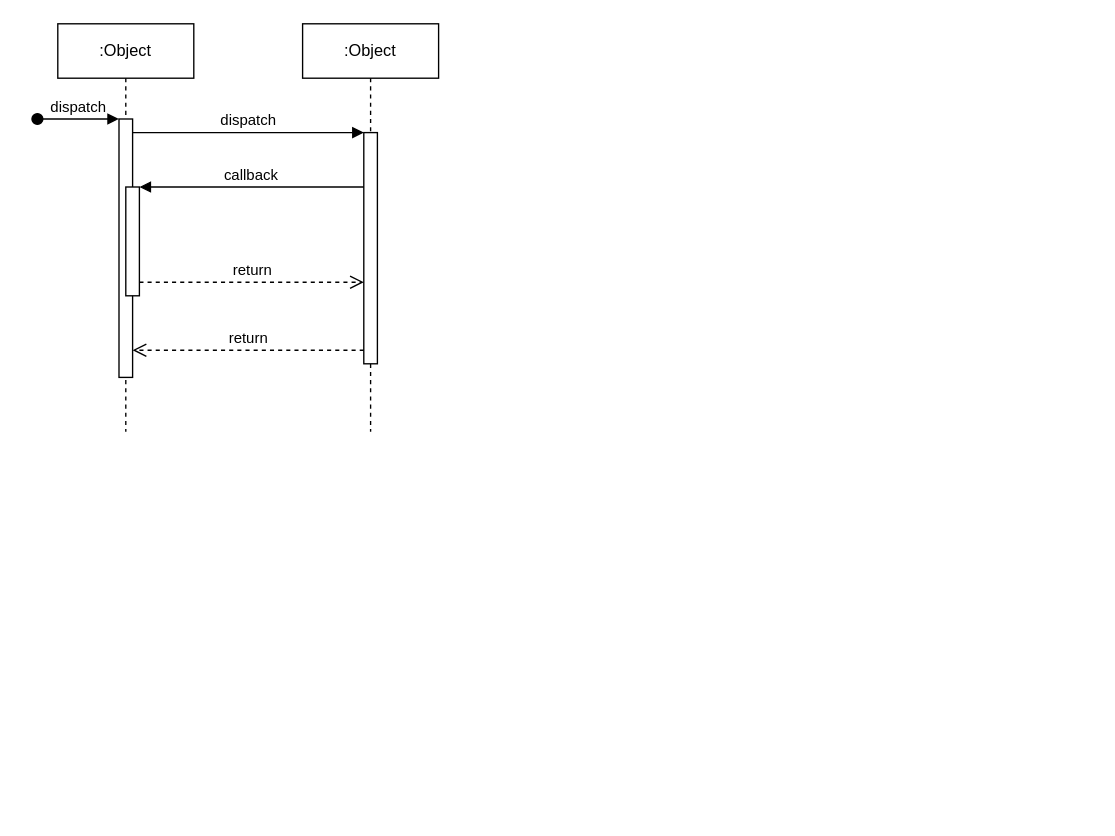
Before: jquick-isc-menu-flow.drawio in abedormancy/abedormancy.github.io, a draw.io diagram. Source tidied: cells renumbered, new cells numbered last; positions are measured from the earlier drawing's top-left corner, leaving out a move shared by most shapes. Both pictures are drawn from the tidied source at 136%, with x=0, y=0 at pixel (37, 23).
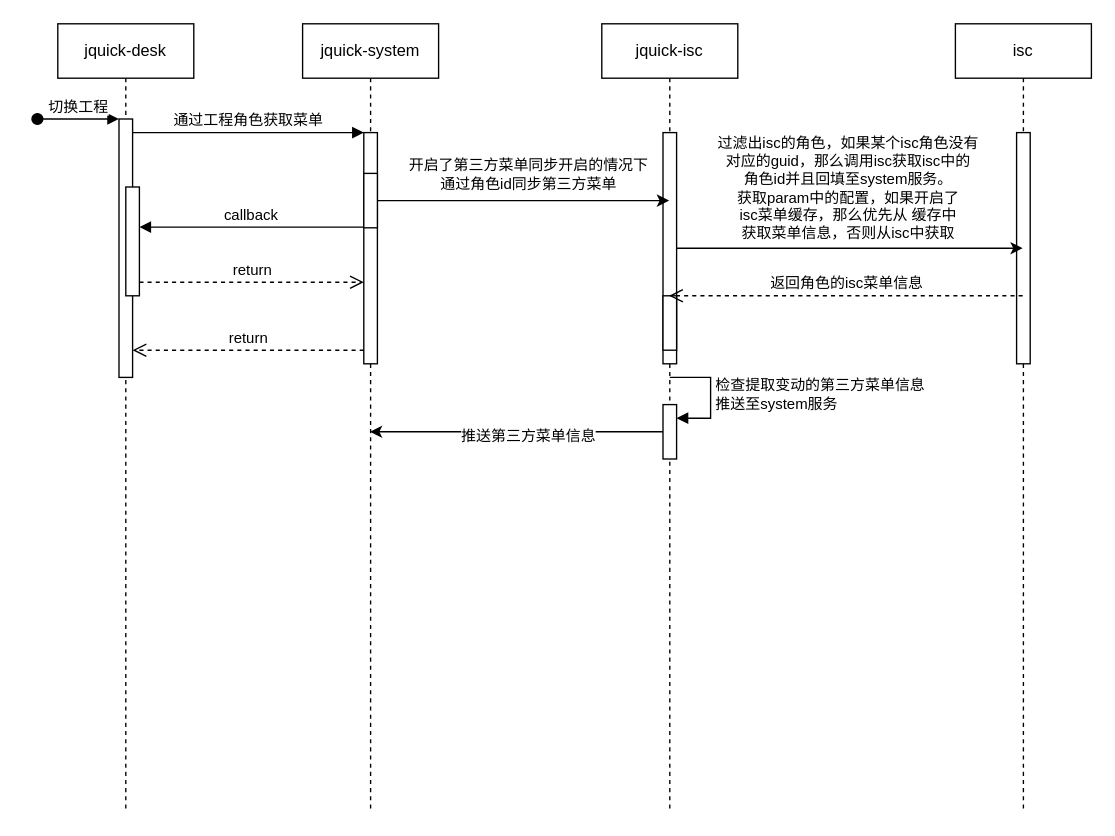
The same page after the edit.

Unchanged cells that the change refers to:
```xml
<mxCell id="3" style="html=1;points=[];perimeter=orthogonalPerimeter;outlineConnect=0;targetShapes=umlLifeline;portConstraint=eastwest;newEdgeStyle={&quot;edgeStyle&quot;:&quot;elbowEdgeStyle&quot;,&quot;elbow&quot;:&quot;vertical&quot;,&quot;curved&quot;:0,&quot;rounded&quot;:0};" parent="2" vertex="1">
  <mxGeometry x="45" y="70" width="10" height="190" as="geometry" />
</mxCell>
<mxCell id="5" style="html=1;points=[];perimeter=orthogonalPerimeter;outlineConnect=0;targetShapes=umlLifeline;portConstraint=eastwest;newEdgeStyle={&quot;edgeStyle&quot;:&quot;elbowEdgeStyle&quot;,&quot;elbow&quot;:&quot;vertical&quot;,&quot;curved&quot;:0,&quot;rounded&quot;:0};" parent="2" vertex="1">
  <mxGeometry x="50" y="120" width="10" height="80" as="geometry" />
</mxCell>
<mxCell id="7" style="html=1;points=[];perimeter=orthogonalPerimeter;outlineConnect=0;targetShapes=umlLifeline;portConstraint=eastwest;newEdgeStyle={&quot;edgeStyle&quot;:&quot;elbowEdgeStyle&quot;,&quot;elbow&quot;:&quot;vertical&quot;,&quot;curved&quot;:0,&quot;rounded&quot;:0};" parent="6" vertex="1">
  <mxGeometry x="45" y="80" width="10" height="170" as="geometry" />
</mxCell>
```

What changed in the source:
```diff
@@
-    <mxCell id="2" value=":Object" style="shape=umlLifeline;perimeter=lifelinePerimeter;whiteSpace=wrap;html=1;newEdgeStyle={&quot;edgeStyle&quot;:&quot;elbowEdgeStyle&quot;,&quot;elbow&quot;:&quot;vertical&quot;,&quot;curved&quot;:0,&quot;rounded&quot;:0};" parent="1" vertex="1">
-      <mxGeometry x="15" width="100" height="300" as="geometry" />
+    <mxCell id="2" value="jquick-desk" style="shape=umlLifeline;perimeter=lifelinePerimeter;whiteSpace=wrap;html=1;newEdgeStyle={&quot;edgeStyle&quot;:&quot;elbowEdgeStyle&quot;,&quot;elbow&quot;:&quot;vertical&quot;,&quot;curved&quot;:0,&quot;rounded&quot;:0};" parent="1" vertex="1">
+      <mxGeometry x="15" width="100" height="580" as="geometry" />
     </mxCell>
@@
-    <mxCell id="4" value="dispatch" style="html=1;verticalAlign=bottom;startArrow=oval;endArrow=block;startSize=8;edgeStyle=elbowEdgeStyle;elbow=vertical;curved=0;rounded=0;" parent="2" edge="1" target="3">
+    <mxCell id="4" value="切换工程" style="html=1;verticalAlign=bottom;startArrow=oval;endArrow=block;startSize=8;edgeStyle=elbowEdgeStyle;elbow=vertical;curved=0;rounded=0;" parent="2" edge="1" target="3">
       <mxGeometry relative="1" as="geometry">
         <mxPoint x="-15" y="70" as="sourcePoint" />
       </mxGeometry>
     </mxCell>
@@
-    <mxCell id="6" value=":Object" style="shape=umlLifeline;perimeter=lifelinePerimeter;whiteSpace=wrap;html=1;outlineConnect=0;portConstraint=eastwest;newEdgeStyle={&quot;edgeStyle&quot;:&quot;elbowEdgeStyle&quot;,&quot;elbow&quot;:&quot;vertical&quot;,&quot;curved&quot;:0,&quot;rounded&quot;:0};" parent="1" vertex="1">
-      <mxGeometry x="195" width="100" height="300" as="geometry" />
+    <mxCell id="6" value="jquick-system" style="shape=umlLifeline;perimeter=lifelinePerimeter;whiteSpace=wrap;html=1;outlineConnect=0;portConstraint=eastwest;newEdgeStyle={&quot;edgeStyle&quot;:&quot;elbowEdgeStyle&quot;,&quot;elbow&quot;:&quot;vertical&quot;,&quot;curved&quot;:0,&quot;rounded&quot;:0};" parent="1" vertex="1">
+      <mxGeometry x="195" width="100" height="580" as="geometry" />
     </mxCell>
@@
+    <mxCell id="12" style="html=1;points=[[0,0,0,0,5],[0,1,0,0,-5],[1,0,0,0,5],[1,1,0,0,-5]];perimeter=orthogonalPerimeter;outlineConnect=0;targetShapes=umlLifeline;portConstraint=eastwest;newEdgeStyle={&quot;curved&quot;:0,&quot;rounded&quot;:0};" parent="6" vertex="1">
+      <mxGeometry x="45" y="110" width="10" height="40" as="geometry" />
+    </mxCell>
-    <mxCell id="8" value="dispatch" style="html=1;verticalAlign=bottom;endArrow=block;edgeStyle=elbowEdgeStyle;elbow=vertical;curved=0;rounded=0;" parent="1" edge="1" source="3" target="7">
+    <mxCell id="8" value="通过工程角色获取菜单" style="html=1;verticalAlign=bottom;endArrow=block;edgeStyle=elbowEdgeStyle;elbow=vertical;curved=0;rounded=0;" parent="1" edge="1" source="3" target="7">
       <mxGeometry relative="1" as="geometry">
         <Array as="points">
           <mxPoint x="155" y="80" />
         </Array>
       </mxGeometry>
     </mxCell>
@@
-    <mxCell id="10" value="callback" style="html=1;verticalAlign=bottom;endArrow=block;edgeStyle=elbowEdgeStyle;elbow=vertical;curved=0;rounded=0;" parent="1" edge="1" source="7" target="5">
+    <mxCell id="10" value="callback" style="html=1;verticalAlign=bottom;endArrow=block;edgeStyle=elbowEdgeStyle;elbow=vertical;curved=0;rounded=0;" parent="1" edge="1">
       <mxGeometry relative="1" as="geometry">
+        <mxPoint x="240" y="149.5" as="sourcePoint" />
+        <mxPoint x="75" y="149.5" as="targetPoint" />
         <Array as="points">
-          <mxPoint x="165" y="120" />
+          <mxPoint x="165" y="149.5" />
         </Array>
       </mxGeometry>
     </mxCell>
@@
+    <mxCell id="13" value="jquick-isc" style="shape=umlLifeline;perimeter=lifelinePerimeter;whiteSpace=wrap;html=1;outlineConnect=0;portConstraint=eastwest;newEdgeStyle={&quot;edgeStyle&quot;:&quot;elbowEdgeStyle&quot;,&quot;elbow&quot;:&quot;vertical&quot;,&quot;curved&quot;:0,&quot;rounded&quot;:0};" parent="1" vertex="1">
+      <mxGeometry x="415" width="100" height="580" as="geometry" />
+    </mxCell>
+    <mxCell id="14" style="html=1;points=[];perimeter=orthogonalPerimeter;outlineConnect=0;targetShapes=umlLifeline;portConstraint=eastwest;newEdgeStyle={&quot;edgeStyle&quot;:&quot;elbowEdgeStyle&quot;,&quot;elbow&quot;:&quot;vertical&quot;,&quot;curved&quot;:0,&quot;rounded&quot;:0};" parent="13" vertex="1">
+      <mxGeometry x="45" y="80" width="10" height="170" as="geometry" />
+    </mxCell>
+    <mxCell id="15" style="html=1;perimeter=orthogonalPerimeter;targetShapes=umlLifeline;newEdgeStyle={&quot;curved&quot;:0,&quot;rounded&quot;:0};" parent="13" vertex="1">
+      <mxGeometry x="45" y="200" width="10" height="40" as="geometry" />
+    </mxCell>
+    <mxCell id="16" style="html=1;points=[[0,0,0,0,5],[0,1,0,0,-5],[1,0,0,0,5],[1,1,0,0,-5]];perimeter=orthogonalPerimeter;outlineConnect=0;targetShapes=umlLifeline;portConstraint=eastwest;newEdgeStyle={&quot;curved&quot;:0,&quot;rounded&quot;:0};" parent="13" vertex="1">
+      <mxGeometry x="45" y="280" width="10" height="40" as="geometry" />
+    </mxCell>
+    <mxCell id="17" value="检查提取变动的第三方菜单信息&lt;br&gt;推送至system服务" style="html=1;align=left;spacingLeft=2;endArrow=block;rounded=0;edgeStyle=orthogonalEdgeStyle;curved=0;rounded=0;" parent="13" edge="1" target="16">
+      <mxGeometry relative="1" as="geometry">
+        <mxPoint x="50" y="260" as="sourcePoint" />
+        <Array as="points">
+          <mxPoint x="80" y="290" />
+        </Array>
+      </mxGeometry>
+    </mxCell>
+    <mxCell id="18" style="edgeStyle=orthogonalEdgeStyle;rounded=0;jettySize=auto;html=1;curved=0;" parent="1" edge="1" source="12" target="13">
+      <mxGeometry relative="1" as="geometry">
+        <Array as="points">
+          <mxPoint x="405" y="130" />
+          <mxPoint x="405" y="130" />
+        </Array>
+      </mxGeometry>
+    </mxCell>
+    <mxCell id="19" value="开启了&lt;span style=&quot;text-align: left;&quot;&gt;第三方菜单同步&lt;/span&gt;开启的情况下&lt;br&gt;通过角色id同步第三方菜单" style="edgeLabel;html=1;align=center;verticalAlign=middle;" parent="18" vertex="1">
+      <mxGeometry x="0.03" y="1" relative="1" as="geometry">
+        <mxPoint y="-19" as="offset" />
+      </mxGeometry>
+    </mxCell>
+    <mxCell id="20" value="isc" style="shape=umlLifeline;perimeter=lifelinePerimeter;whiteSpace=wrap;html=1;outlineConnect=0;portConstraint=eastwest;newEdgeStyle={&quot;edgeStyle&quot;:&quot;elbowEdgeStyle&quot;,&quot;elbow&quot;:&quot;vertical&quot;,&quot;curved&quot;:0,&quot;rounded&quot;:0};" parent="1" vertex="1">
+      <mxGeometry x="675" width="100" height="580" as="geometry" />
+    </mxCell>
+    <mxCell id="21" style="html=1;perimeter=orthogonalPerimeter;targetShapes=umlLifeline;newEdgeStyle={&quot;edgeStyle&quot;:&quot;elbowEdgeStyle&quot;,&quot;elbow&quot;:&quot;vertical&quot;,&quot;curved&quot;:0,&quot;rounded&quot;:0};" parent="20" vertex="1">
+      <mxGeometry x="45" y="80" width="10" height="170" as="geometry" />
+    </mxCell>
+    <mxCell id="22" value="返回角色的isc菜单信息" style="html=1;verticalAlign=bottom;endArrow=open;dashed=1;endSize=8;edgeStyle=elbowEdgeStyle;elbow=vertical;curved=0;rounded=0;" parent="1" edge="1" source="20" target="13">
+      <mxGeometry relative="1" as="geometry">
+        <Array as="points">
+          <mxPoint x="615" y="200" />
+        </Array>
+      </mxGeometry>
+    </mxCell>
+    <mxCell id="23" style="edgeStyle=elbowEdgeStyle;rounded=0;jettySize=auto;html=1;elbow=vertical;curved=0;" parent="1" edge="1" source="14" target="20">
+      <mxGeometry relative="1" as="geometry" />
+    </mxCell>
+    <mxCell id="24" value="过滤出isc的角色，如果某个isc角色没有&lt;br style=&quot;border-color: var(--border-color); text-align: left;&quot;&gt;&lt;span style=&quot;text-align: left;&quot;&gt;对应的guid，那么调用isc获取isc中的&lt;/span&gt;&lt;br style=&quot;border-color: var(--border-color); text-align: left;&quot;&gt;&lt;span style=&quot;text-align: left;&quot;&gt;角色id并且回填至system服务。&lt;br&gt;&lt;/span&gt;&lt;span style=&quot;text-align: left;&quot;&gt;获取param中的配置，如果开启了&lt;br&gt;isc菜单缓存，&lt;/span&gt;&lt;span style=&quot;text-align: left;&quot;&gt;那么优先从 缓存中&lt;br&gt;获取菜单信息，&lt;/span&gt;&lt;span style=&quot;text-align: left;&quot;&gt;否则从isc中获取&lt;/span&gt;" style="edgeLabel;html=1;align=center;verticalAlign=middle;" parent="23" vertex="1">
+      <mxGeometry x="-0.29" y="1" relative="1" as="geometry">
+        <mxPoint x="35" y="-44" as="offset" />
+      </mxGeometry>
+    </mxCell>
+    <mxCell id="25" style="edgeStyle=orthogonalEdgeStyle;rounded=0;jettySize=auto;html=1;curved=0;" parent="1" edge="1" source="16" target="6">
+      <mxGeometry relative="1" as="geometry">
+        <Array as="points">
+          <mxPoint x="315" y="300" />
+          <mxPoint x="315" y="300" />
+        </Array>
+      </mxGeometry>
+    </mxCell>
+    <mxCell id="26" value="推送第三方菜单信息" style="edgeLabel;html=1;align=center;verticalAlign=middle;" parent="25" vertex="1">
+      <mxGeometry x="-0.07" y="2" relative="1" as="geometry" />
+    </mxCell>
```
